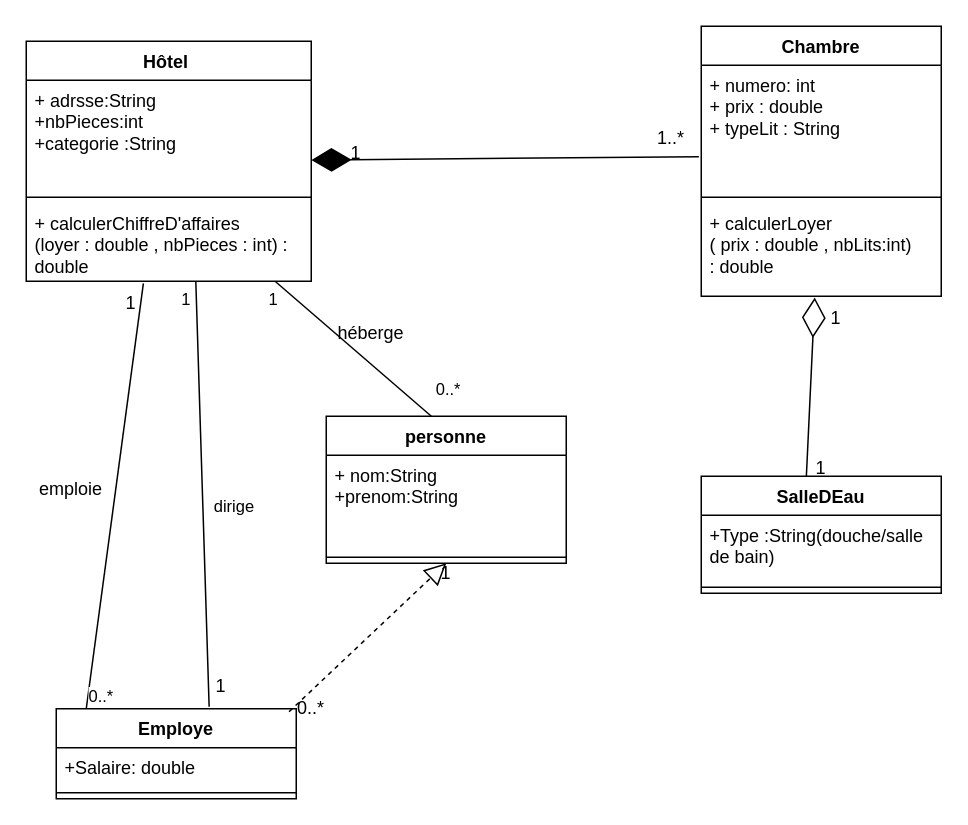
This is page "tp4" (4 of 4) of Tp1 Analyse et modélisation.drawio from zeuss32/analyse-et-modelisation-lab1, a draw.io file, before an edit. Source tidied: cells renumbered, new cells numbered last; positions are measured from the earlier drawing's top-left corner, leaving out a move shared by most shapes. Both pictures are drawn from the tidied source at 150%, with x=0, y=0 at pixel (26, 26).
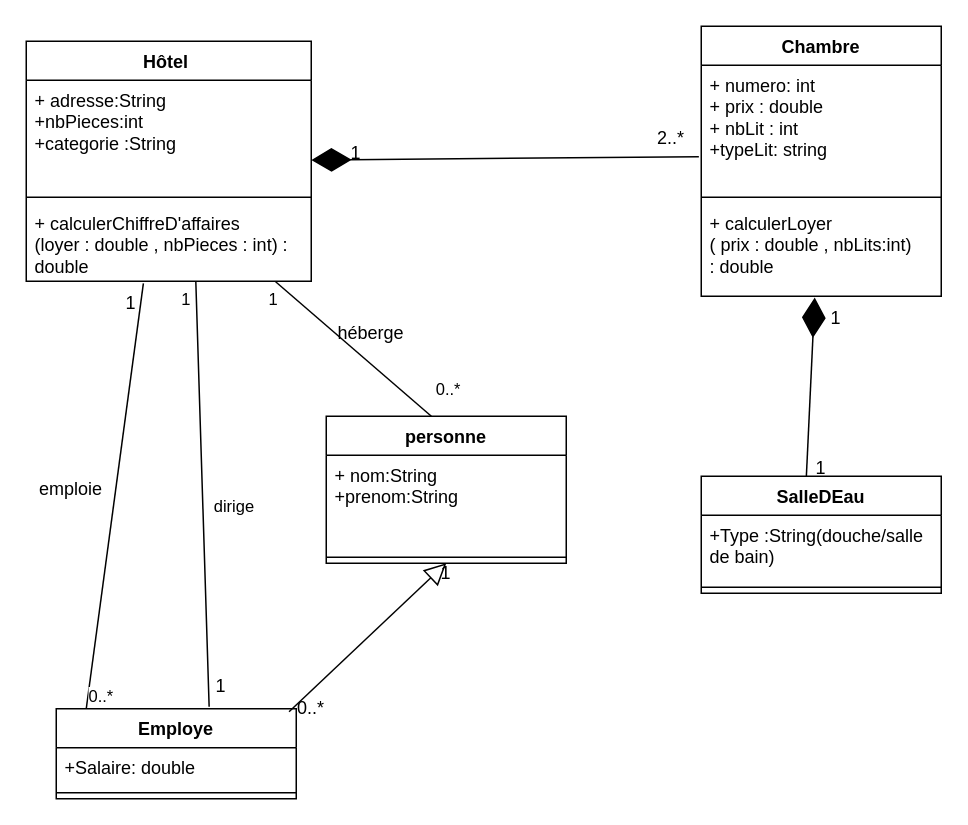
The same page after the edit.

Commit message:
Mettre à jour Tp1 Analyse et modélisation.drawio

The change refers to these unchanged cells:
```xml
<mxCell id="2" value="Hôtel&amp;nbsp;" style="swimlane;fontStyle=1;align=center;verticalAlign=top;horizontal=1;startSize=26;whiteSpace=wrap;html=1;" parent="1" vertex="1">
  <mxGeometry y="10" width="190" height="160" as="geometry" />
</mxCell>
<mxCell id="6" value="Chambre" style="swimlane;fontStyle=1;align=center;verticalAlign=top;horizontal=1;startSize=26;whiteSpace=wrap;html=1;" parent="1" vertex="1">
  <mxGeometry x="450" width="160" height="180" as="geometry" />
</mxCell>
<mxCell id="9" value="&lt;span style=&quot;text-wrap-mode: nowrap; background-color: rgb(255, 255, 255);&quot;&gt;+ calculerLoyer&lt;/span&gt;&lt;div&gt;&lt;span style=&quot;text-wrap-mode: nowrap; background-color: rgb(255, 255, 255);&quot;&gt;( prix : double , nbLits:int)&amp;nbsp;&lt;/span&gt;&lt;/div&gt;&lt;div&gt;&lt;span style=&quot;text-wrap-mode: nowrap; background-color: rgb(255, 255, 255);&quot;&gt;: double&lt;/span&gt;&lt;/div&gt;" style="text;strokeColor=none;fillColor=none;align=left;verticalAlign=top;spacingLeft=4;spacingRight=4;overflow=hidden;points=[[0,0.5],[1,0.5]];portConstraint=eastwest;whiteSpace=wrap;html=1;" parent="6" vertex="1">
  <mxGeometry y="118" width="160" height="62" as="geometry" />
</mxCell>
<mxCell id="10" value="SalleDEau" style="swimlane;fontStyle=1;align=center;verticalAlign=top;horizontal=1;startSize=26;whiteSpace=wrap;html=1;" parent="1" vertex="1">
  <mxGeometry x="450" y="300" width="160" height="78" as="geometry" />
</mxCell>
<mxCell id="13" value="personne" style="swimlane;fontStyle=1;align=center;verticalAlign=top;horizontal=1;startSize=26;whiteSpace=wrap;html=1;" parent="1" vertex="1">
  <mxGeometry x="200" y="260" width="160" height="98" as="geometry" />
</mxCell>
<mxCell id="16" value="Employe" style="swimlane;fontStyle=1;align=center;verticalAlign=top;horizontal=1;startSize=26;whiteSpace=wrap;html=1;" parent="1" vertex="1">
  <mxGeometry x="20" y="455" width="160" height="60" as="geometry" />
</mxCell>
```

The edit, as a diff of the source:
```diff
@@
-    <mxCell id="3" value="+ adrsse:String&lt;div&gt;+nbPieces:int&lt;/div&gt;&lt;div&gt;+categorie :String&lt;/div&gt;&lt;div&gt;&lt;br&gt;&lt;/div&gt;" style="text;strokeColor=none;fillColor=none;align=left;verticalAlign=top;spacingLeft=4;spacingRight=4;overflow=hidden;whiteSpace=wrap;html=1;" parent="2" vertex="1">
+    <mxCell id="3" value="+ adresse:String&lt;div&gt;+nbPieces:int&lt;/div&gt;&lt;div&gt;+categorie :String&lt;/div&gt;&lt;div&gt;&lt;br&gt;&lt;/div&gt;" style="text;strokeColor=none;fillColor=none;align=left;verticalAlign=top;spacingLeft=4;spacingRight=4;overflow=hidden;whiteSpace=wrap;html=1;" parent="2" vertex="1">
       <mxGeometry y="26" width="190" height="74" as="geometry" />
     </mxCell>
@@
-    <mxCell id="7" value="+ numero: int&lt;div&gt;+ prix : double&lt;/div&gt;&lt;div&gt;+ typeLit : String&lt;/div&gt;&lt;div&gt;&lt;br&gt;&lt;/div&gt;" style="text;strokeColor=none;fillColor=none;align=left;verticalAlign=top;spacingLeft=4;spacingRight=4;overflow=hidden;points=[[0,0.5],[1,0.5]];portConstraint=eastwest;whiteSpace=wrap;html=1;" parent="6" vertex="1">
+    <mxCell id="7" value="+ numero: int&lt;div&gt;+ prix : double&lt;/div&gt;&lt;div&gt;+ nbLit : int&lt;/div&gt;&lt;div&gt;+typeLit: string&lt;/div&gt;&lt;div&gt;&lt;br&gt;&lt;/div&gt;" style="text;strokeColor=none;fillColor=none;align=left;verticalAlign=top;spacingLeft=4;spacingRight=4;overflow=hidden;points=[[0,0.5],[1,0.5]];portConstraint=eastwest;whiteSpace=wrap;html=1;" parent="6" vertex="1">
       <mxGeometry y="26" width="160" height="84" as="geometry" />
     </mxCell>
@@
-    <mxCell id="19" style="endArrow=diamondThin;endFill=0;endSize=24;html=1;rounded=0;exitX=0.438;exitY=0;exitDx=0;exitDy=0;exitPerimeter=0;entryX=0.473;entryY=1.014;entryDx=0;entryDy=0;entryPerimeter=0;" parent="1" edge="1" source="10" target="9">
+    <mxCell id="19" style="endArrow=diamondThin;endFill=1;endSize=24;html=1;rounded=0;exitX=0.438;exitY=0;exitDx=0;exitDy=0;exitPerimeter=0;entryX=0.473;entryY=1.014;entryDx=0;entryDy=0;entryPerimeter=0;" parent="1" edge="1" source="10" target="9">
       <mxGeometry relative="1" as="geometry" />
     </mxCell>
@@
-    <mxCell id="21" style="endArrow=block;dashed=1;endFill=0;endSize=12;html=1;rounded=0;entryX=0.5;entryY=1;entryDx=0;entryDy=0;exitX=0.97;exitY=0.033;exitDx=0;exitDy=0;exitPerimeter=0;" parent="1" edge="1" source="16" target="13">
+    <mxCell id="21" style="endArrow=block;endFill=0;endSize=12;html=1;rounded=0;entryX=0.5;entryY=1;entryDx=0;entryDy=0;exitX=0.97;exitY=0.033;exitDx=0;exitDy=0;exitPerimeter=0;" parent="1" edge="1" source="16" target="13">
       <mxGeometry relative="1" as="geometry" />
     </mxCell>
@@
-    <mxCell id="35" value="1..*" style="text;html=1;whiteSpace=wrap;strokeColor=none;fillColor=none;align=center;verticalAlign=middle;rounded=0;" parent="1" vertex="1">
+    <mxCell id="35" value="2..*" style="text;html=1;whiteSpace=wrap;strokeColor=none;fillColor=none;align=center;verticalAlign=middle;rounded=0;" parent="1" vertex="1">
       <mxGeometry x="400" y="60" width="60" height="30" as="geometry" />
     </mxCell>
```
